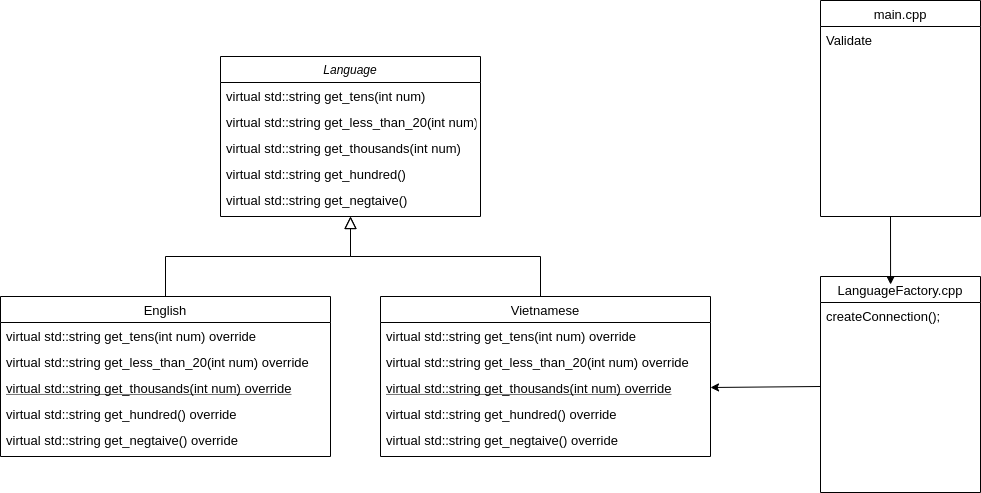
This is uml.png from NamHoaiNguyen/coccoc-test, a draw.io export, as it was before one commit. Source tidied: cells renumbered, new cells last; positions are measured from the earlier drawing's top-left corner, leaving out a move shared by most shapes.
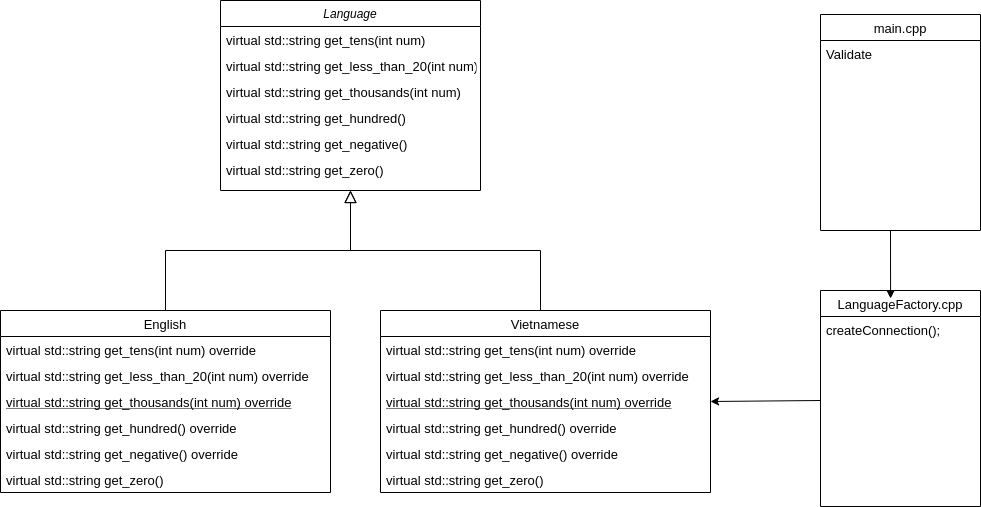
The same diagram one commit later.

Diff of the diagram source:
```diff
@@ -3,7 +3,7 @@
     <mxCell id="0" />
     <mxCell id="1" parent="0" />
     <mxCell id="2" value="Language" style="swimlane;fontStyle=2;align=center;verticalAlign=top;horizontal=1;startSize=26;rounded=0;shadow=0;strokeWidth=1;" parent="1" vertex="1">
-      <mxGeometry x="220" y="56" width="260" height="160" as="geometry" />
+      <mxGeometry x="220" y="-14" width="260" height="190" as="geometry" />
     </mxCell>
     <mxCell id="3" value="virtual std::string get_tens(int num)" style="text;align=left;verticalAlign=top;spacingLeft=4;spacingRight=4;overflow=hidden;fontSize=13;" parent="2" vertex="1">
       <mxGeometry y="26" width="260" height="26" as="geometry" />
@@ -17,11 +17,14 @@
     <mxCell id="6" value="virtual std::string get_hundred()" style="text;align=left;verticalAlign=top;spacingLeft=4;spacingRight=4;overflow=hidden;fontSize=13;" parent="2" vertex="1">
       <mxGeometry y="104" width="260" height="26" as="geometry" />
     </mxCell>
-    <mxCell id="7" value="virtual std::string get_negtaive()" style="text;align=left;verticalAlign=top;spacingLeft=4;spacingRight=4;overflow=hidden;fontSize=13;" parent="2" vertex="1">
+    <mxCell id="7" value="virtual std::string get_negative()" style="text;align=left;verticalAlign=top;spacingLeft=4;spacingRight=4;overflow=hidden;fontSize=13;" parent="2" vertex="1">
       <mxGeometry y="130" width="260" height="26" as="geometry" />
     </mxCell>
+    <mxCell id="28" value="virtual std::string get_zero()" style="text;align=left;verticalAlign=top;spacingLeft=4;spacingRight=4;overflow=hidden;fontSize=13;" parent="2" vertex="1">
+      <mxGeometry y="156" width="260" height="26" as="geometry" />
+    </mxCell>
     <mxCell id="8" value="English" style="swimlane;fontStyle=0;align=center;verticalAlign=top;horizontal=1;startSize=26;rounded=0;shadow=0;strokeWidth=1;fontSize=13;" parent="1" vertex="1">
-      <mxGeometry y="296" width="330" height="160" as="geometry" />
+      <mxGeometry y="296" width="330" height="182" as="geometry" />
     </mxCell>
     <mxCell id="9" value="virtual std::string get_tens(int num) override" style="text;align=left;verticalAlign=top;spacingLeft=4;spacingRight=4;overflow=hidden;fontSize=13;" parent="8" vertex="1">
       <mxGeometry y="26" width="330" height="26" as="geometry" />
@@ -35,9 +38,12 @@
     <mxCell id="12" value="virtual std::string get_hundred() override" style="text;align=left;verticalAlign=top;spacingLeft=4;spacingRight=4;overflow=hidden;fontSize=13;" parent="8" vertex="1">
       <mxGeometry y="104" width="330" height="26" as="geometry" />
     </mxCell>
-    <mxCell id="13" value="virtual std::string get_negtaive() override" style="text;align=left;verticalAlign=top;spacingLeft=4;spacingRight=4;overflow=hidden;fontSize=13;" parent="8" vertex="1">
+    <mxCell id="13" value="virtual std::string get_negative() override" style="text;align=left;verticalAlign=top;spacingLeft=4;spacingRight=4;overflow=hidden;fontSize=13;" parent="8" vertex="1">
       <mxGeometry y="130" width="330" height="26" as="geometry" />
     </mxCell>
+    <mxCell id="29" value="virtual std::string get_zero()" style="text;align=left;verticalAlign=top;spacingLeft=4;spacingRight=4;overflow=hidden;fontSize=13;" parent="8" vertex="1">
+      <mxGeometry y="156" width="330" height="26" as="geometry" />
+    </mxCell>
     <mxCell id="14" style="endArrow=block;endSize=10;endFill=0;shadow=0;strokeWidth=1;rounded=0;edgeStyle=elbowEdgeStyle;elbow=vertical;" parent="1" edge="1" source="8" target="2">
       <mxGeometry relative="1" as="geometry" />
     </mxCell>
@@ -53,7 +59,7 @@
       <mxGeometry y="26" width="160" height="26" as="geometry" />
     </mxCell>
     <mxCell id="18" value="Vietnamese" style="swimlane;fontStyle=0;align=center;verticalAlign=top;horizontal=1;startSize=26;rounded=0;shadow=0;strokeWidth=1;fontSize=13;" parent="1" vertex="1">
-      <mxGeometry x="380" y="296" width="330" height="160" as="geometry" />
+      <mxGeometry x="380" y="296" width="330" height="182" as="geometry" />
     </mxCell>
     <mxCell id="19" value="virtual std::string get_tens(int num) override" style="text;align=left;verticalAlign=top;spacingLeft=4;spacingRight=4;overflow=hidden;fontSize=13;" parent="18" vertex="1">
       <mxGeometry y="26" width="330" height="26" as="geometry" />
@@ -67,9 +73,12 @@
     <mxCell id="22" value="virtual std::string get_hundred() override" style="text;align=left;verticalAlign=top;spacingLeft=4;spacingRight=4;overflow=hidden;fontSize=13;" parent="18" vertex="1">
       <mxGeometry y="104" width="330" height="26" as="geometry" />
     </mxCell>
-    <mxCell id="23" value="virtual std::string get_negtaive() override" style="text;align=left;verticalAlign=top;spacingLeft=4;spacingRight=4;overflow=hidden;fontSize=13;" parent="18" vertex="1">
+    <mxCell id="23" value="virtual std::string get_negative() override" style="text;align=left;verticalAlign=top;spacingLeft=4;spacingRight=4;overflow=hidden;fontSize=13;" parent="18" vertex="1">
       <mxGeometry y="130" width="330" height="26" as="geometry" />
     </mxCell>
+    <mxCell id="30" value="virtual std::string get_zero()" style="text;align=left;verticalAlign=top;spacingLeft=4;spacingRight=4;overflow=hidden;fontSize=13;" parent="18" vertex="1">
+      <mxGeometry y="156" width="330" height="26" as="geometry" />
+    </mxCell>
     <mxCell id="24" value="main.cpp" style="swimlane;fontStyle=0;align=center;verticalAlign=top;horizontal=1;startSize=26;rounded=0;shadow=0;strokeWidth=1;fontSize=13;" parent="1" vertex="1">
       <mxGeometry x="820" width="160" height="216" as="geometry" />
     </mxCell>
```
